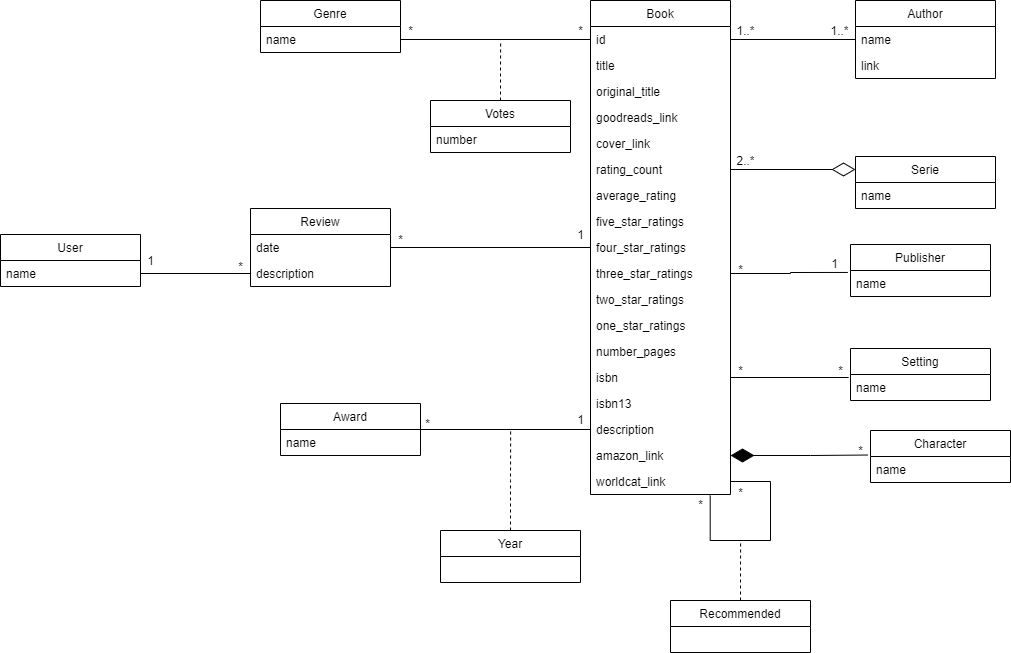
Earlier version of the draw.io export images/uml.png (diogohalmeida/FEUP-PRI-PROJ). Source tidied: cells renumbered, new cells last; positions are measured from the earlier drawing's top-left corner, leaving out a move shared by most shapes.
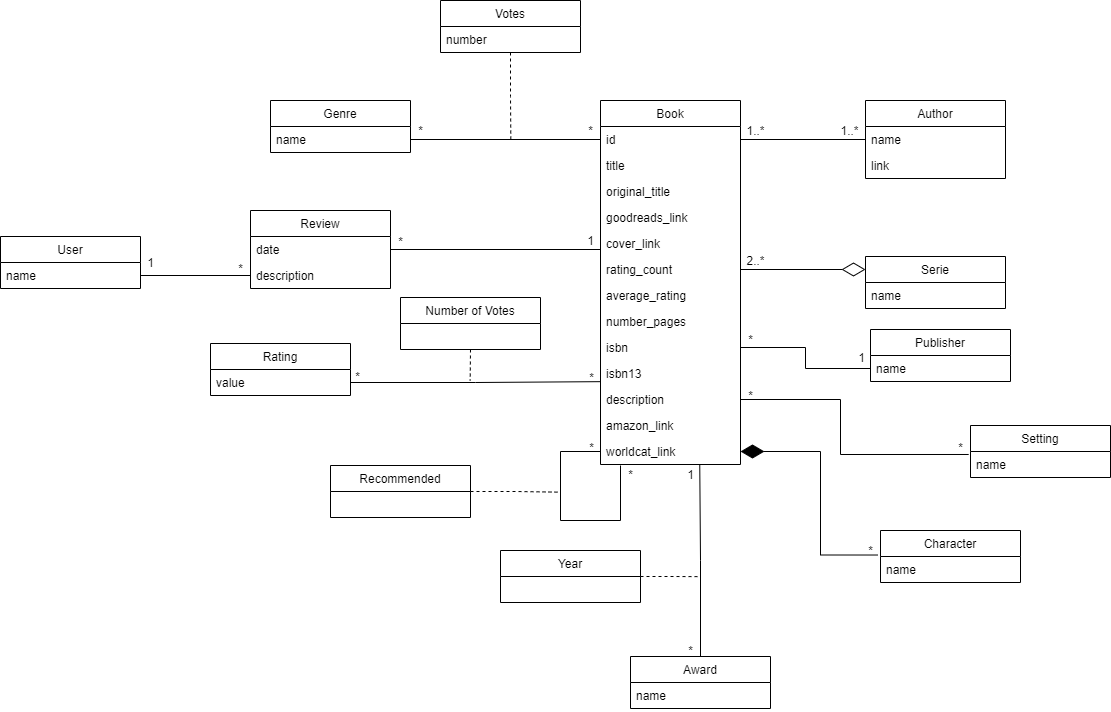
Above is the later version.

Change to the diagram source:
```diff
@@ -5,3 +5,3 @@
     <mxCell id="2" value="Book" style="swimlane;fontStyle=0;horizontal=1;startSize=26;fillColor=none;" parent="1" vertex="1">
-      <mxGeometry x="590" width="140" height="494" as="geometry" />
+      <mxGeometry x="590" width="140" height="364" as="geometry" />
     </mxCell>
@@ -28,41 +28,27 @@
     </mxCell>
-    <mxCell id="10" value="five_star_ratings" style="text;strokeColor=none;fillColor=none;align=left;verticalAlign=top;spacingLeft=4;spacingRight=4;overflow=hidden;" parent="2" vertex="1">
-      <mxGeometry y="208" width="140" height="26" as="geometry" />
-    </mxCell>
-    <mxCell id="11" value="four_star_ratings" style="text;strokeColor=none;fillColor=none;align=left;verticalAlign=top;spacingLeft=4;spacingRight=4;overflow=hidden;points=[[0,0.5],[1,0.5]];portConstraint=eastwest;" parent="2" vertex="1">
-      <mxGeometry y="234" width="140" height="26" as="geometry" />
-    </mxCell>
-    <mxCell id="12" value="three_star_ratings" style="text;strokeColor=none;fillColor=none;align=left;verticalAlign=top;spacingLeft=4;spacingRight=4;overflow=hidden;points=[[0,0.5],[1,0.5]];portConstraint=eastwest;" parent="2" vertex="1">
-      <mxGeometry y="260" width="140" height="26" as="geometry" />
-    </mxCell>
-    <mxCell id="13" value="two_star_ratings" style="text;strokeColor=none;fillColor=none;align=left;verticalAlign=top;spacingLeft=4;spacingRight=4;overflow=hidden;" parent="2" vertex="1">
-      <mxGeometry y="286" width="140" height="26" as="geometry" />
-    </mxCell>
-    <mxCell id="14" value="one_star_ratings" style="text;strokeColor=none;fillColor=none;align=left;verticalAlign=top;spacingLeft=4;spacingRight=4;overflow=hidden;" parent="2" vertex="1">
-      <mxGeometry y="312" width="140" height="26" as="geometry" />
-    </mxCell>
     <mxCell id="15" value="number_pages" style="text;strokeColor=none;fillColor=none;align=left;verticalAlign=top;spacingLeft=4;spacingRight=4;overflow=hidden;" parent="2" vertex="1">
-      <mxGeometry y="338" width="140" height="26" as="geometry" />
+      <mxGeometry y="208" width="140" height="26" as="geometry" />
     </mxCell>
     <mxCell id="16" value="isbn" style="text;strokeColor=none;fillColor=none;align=left;verticalAlign=top;spacingLeft=4;spacingRight=4;overflow=hidden;points=[[0,0.5],[1,0.5]];portConstraint=eastwest;" parent="2" vertex="1">
-      <mxGeometry y="364" width="140" height="26" as="geometry" />
+      <mxGeometry y="234" width="140" height="26" as="geometry" />
     </mxCell>
     <mxCell id="17" value="isbn13" style="text;strokeColor=none;fillColor=none;align=left;verticalAlign=top;spacingLeft=4;spacingRight=4;overflow=hidden;points=[[0,0.5],[1,0.5]];portConstraint=eastwest;" parent="2" vertex="1">
-      <mxGeometry y="390" width="140" height="26" as="geometry" />
+      <mxGeometry y="260" width="140" height="26" as="geometry" />
     </mxCell>
     <mxCell id="18" value="description" style="text;strokeColor=none;fillColor=none;align=left;verticalAlign=top;spacingLeft=4;spacingRight=4;overflow=hidden;points=[[0,0.5],[1,0.5]];portConstraint=eastwest;" parent="2" vertex="1">
-      <mxGeometry y="416" width="140" height="26" as="geometry" />
+      <mxGeometry y="286" width="140" height="26" as="geometry" />
     </mxCell>
     <mxCell id="19" value="amazon_link" style="text;strokeColor=none;fillColor=none;align=left;verticalAlign=top;spacingLeft=4;spacingRight=4;overflow=hidden;points=[[0,0.5],[1,0.5]];portConstraint=eastwest;" parent="2" vertex="1">
-      <mxGeometry y="442" width="140" height="26" as="geometry" />
+      <mxGeometry y="312" width="140" height="26" as="geometry" />
     </mxCell>
     <mxCell id="20" value="worldcat_link" style="text;strokeColor=none;fillColor=none;align=left;verticalAlign=top;spacingLeft=4;spacingRight=4;overflow=hidden;points=[[0,0.5],[1,0.5]];portConstraint=eastwest;" parent="2" vertex="1">
-      <mxGeometry y="468" width="140" height="26" as="geometry" />
+      <mxGeometry y="338" width="140" height="26" as="geometry" />
     </mxCell>
-    <mxCell id="21" style="edgeStyle=orthogonalEdgeStyle;rounded=0;orthogonalLoop=1;jettySize=auto;html=1;exitX=1;exitY=0.5;exitDx=0;exitDy=0;startArrow=none;startFill=0;endArrow=none;endFill=0;startSize=21;endSize=21;sourcePerimeterSpacing=0;targetPerimeterSpacing=0;entryX=0.855;entryY=1.042;entryDx=0;entryDy=0;entryPerimeter=0;" parent="2" edge="1" source="20" target="20">
+    <mxCell id="21" style="edgeStyle=orthogonalEdgeStyle;rounded=0;jettySize=auto;html=1;startArrow=none;startFill=0;endArrow=none;endFill=0;startSize=21;endSize=21;sourcePerimeterSpacing=0;targetPerimeterSpacing=0;exitX=0;exitY=0.5;exitDx=0;exitDy=0;" parent="2" edge="1" source="20">
       <mxGeometry relative="1" as="geometry">
+        <mxPoint x="20" y="365" as="targetPoint" />
         <Array as="points">
-          <mxPoint x="180" y="481" />
-          <mxPoint x="180" y="540" />
-          <mxPoint x="120" y="540" />
+          <mxPoint x="-40" y="351" />
+          <mxPoint x="-40" y="420" />
+          <mxPoint x="20" y="420" />
         </Array>
@@ -86,3 +72,3 @@
     <mxCell id="27" value="Publisher" style="swimlane;fontStyle=0;horizontal=1;startSize=26;fillColor=none;" parent="1" vertex="1">
-      <mxGeometry x="850" y="244" width="140" height="52" as="geometry" />
+      <mxGeometry x="860" y="229" width="140" height="52" as="geometry" />
     </mxCell>
@@ -92,3 +78,3 @@
     <mxCell id="29" value="Setting" style="swimlane;fontStyle=0;horizontal=1;startSize=26;fillColor=none;" parent="1" vertex="1">
-      <mxGeometry x="850" y="348" width="140" height="52" as="geometry" />
+      <mxGeometry x="960" y="325" width="140" height="52" as="geometry" />
     </mxCell>
@@ -103,7 +89,7 @@
     </mxCell>
-    <mxCell id="33" style="edgeStyle=orthogonalEdgeStyle;rounded=0;jettySize=auto;html=1;exitX=1;exitY=0.5;exitDx=0;exitDy=0;entryX=0;entryY=0.5;entryDx=0;entryDy=0;startArrow=none;startFill=0;endArrow=none;endFill=0;startSize=21;endSize=21;sourcePerimeterSpacing=0;targetPerimeterSpacing=0;" parent="1" edge="1" source="34" target="18">
-      <mxGeometry relative="1" as="geometry" />
-    </mxCell>
+    <mxCell id="76" style="edgeStyle=orthogonalEdgeStyle;rounded=0;jettySize=auto;html=1;exitX=0.5;exitY=0;exitDx=0;exitDy=0;entryX=0.709;entryY=1.027;entryDx=0;entryDy=0;entryPerimeter=0;endArrow=none;endFill=0;" parent="1" edge="1" source="34" target="20">
+      <mxGeometry relative="1" as="geometry" />
+    </mxCell>
     <mxCell id="34" value="Award" style="swimlane;fontStyle=0;horizontal=1;startSize=26;fillColor=none;" parent="1" vertex="1">
-      <mxGeometry x="280" y="403" width="140" height="52" as="geometry" />
+      <mxGeometry x="620" y="556" width="140" height="52" as="geometry" />
     </mxCell>
@@ -113,3 +99,3 @@
     <mxCell id="36" value="Review" style="swimlane;fontStyle=0;horizontal=1;startSize=26;fillColor=none;" parent="1" vertex="1">
-      <mxGeometry x="250" y="208" width="140" height="78" as="geometry" />
+      <mxGeometry x="240" y="110" width="140" height="78" as="geometry" />
     </mxCell>
@@ -122,3 +108,3 @@
     <mxCell id="39" value="User" style="swimlane;fontStyle=0;horizontal=1;startSize=26;fillColor=none;" parent="1" vertex="1">
-      <mxGeometry y="234" width="140" height="52" as="geometry" />
+      <mxGeometry x="-10" y="136" width="140" height="52" as="geometry" />
     </mxCell>
@@ -142,21 +128,20 @@
     </mxCell>
-    <mxCell id="46" style="edgeStyle=orthogonalEdgeStyle;rounded=0;jettySize=auto;html=1;exitX=1;exitY=0.5;exitDx=0;exitDy=0;entryX=-0.019;entryY=0.075;entryDx=0;entryDy=0;entryPerimeter=0;endArrow=none;endFill=0;endSize=21;" parent="1" edge="1" source="12" target="28">
-      <mxGeometry relative="1" as="geometry" />
-    </mxCell>
     <mxCell id="47" value="*" style="text;html=1;align=center;verticalAlign=middle;strokeColor=none;fillColor=none;" parent="1" vertex="1">
-      <mxGeometry x="730" y="259" width="20" height="20" as="geometry" />
+      <mxGeometry x="730" y="229" width="20" height="20" as="geometry" />
     </mxCell>
     <mxCell id="48" value="1" style="text;html=1;align=center;verticalAlign=middle;strokeColor=none;fillColor=none;" parent="1" vertex="1">
-      <mxGeometry x="824" y="253" width="20" height="20" as="geometry" />
+      <mxGeometry x="841" y="247" width="20" height="20" as="geometry" />
     </mxCell>
-    <mxCell id="49" style="edgeStyle=orthogonalEdgeStyle;rounded=0;jettySize=auto;html=1;exitX=1;exitY=0.5;exitDx=0;exitDy=0;entryX=-0.013;entryY=0.115;entryDx=0;entryDy=0;entryPerimeter=0;endArrow=none;endFill=0;endSize=21;" parent="1" edge="1" source="16" target="30">
-      <mxGeometry relative="1" as="geometry" />
+    <mxCell id="49" style="edgeStyle=orthogonalEdgeStyle;rounded=0;jettySize=auto;html=1;exitX=1;exitY=0.5;exitDx=0;exitDy=0;entryX=-0.013;entryY=0.115;entryDx=0;entryDy=0;entryPerimeter=0;endArrow=none;endFill=0;endSize=21;" parent="1" edge="1" source="18" target="30">
+      <mxGeometry relative="1" as="geometry">
+        <Array as="points">
+          <mxPoint x="830" y="299" />
+          <mxPoint x="830" y="354" />
+        </Array>
+      </mxGeometry>
     </mxCell>
     <mxCell id="50" value="*" style="text;html=1;align=center;verticalAlign=middle;strokeColor=none;fillColor=none;" parent="1" vertex="1">
-      <mxGeometry x="830" y="360" width="20" height="20" as="geometry" />
+      <mxGeometry x="940" y="337" width="20" height="20" as="geometry" />
     </mxCell>
-    <mxCell id="51" value="*" style="text;html=1;align=center;verticalAlign=middle;strokeColor=none;fillColor=none;" parent="1" vertex="1">
-      <mxGeometry x="730" y="360" width="20" height="20" as="geometry" />
-    </mxCell>
-    <mxCell id="52" style="edgeStyle=orthogonalEdgeStyle;rounded=0;jettySize=auto;html=1;exitX=1;exitY=0.5;exitDx=0;exitDy=0;entryX=-0.019;entryY=-0.057;entryDx=0;entryDy=0;entryPerimeter=0;endArrow=none;endFill=0;endSize=21;startArrow=diamondThin;startFill=1;sourcePerimeterSpacing=0;targetPerimeterSpacing=0;startSize=21;" parent="1" edge="1" source="19" target="32">
+    <mxCell id="52" style="edgeStyle=orthogonalEdgeStyle;rounded=0;jettySize=auto;html=1;exitX=1;exitY=0.5;exitDx=0;exitDy=0;entryX=-0.019;entryY=-0.057;entryDx=0;entryDy=0;entryPerimeter=0;endArrow=none;endFill=0;endSize=21;startArrow=diamondThin;startFill=1;sourcePerimeterSpacing=0;targetPerimeterSpacing=0;startSize=21;" parent="1" edge="1" source="20" target="32">
       <mxGeometry relative="1" as="geometry" />
@@ -167,23 +152,25 @@
     <mxCell id="54" value="*" style="text;html=1;align=center;verticalAlign=middle;strokeColor=none;fillColor=none;" parent="1" vertex="1">
-      <mxGeometry x="417" y="413" width="20" height="20" as="geometry" />
+      <mxGeometry x="670" y="540" width="20" height="20" as="geometry" />
     </mxCell>
     <mxCell id="55" value="1" style="text;html=1;align=center;verticalAlign=middle;strokeColor=none;fillColor=none;" parent="1" vertex="1">
-      <mxGeometry x="570" y="409" width="20" height="20" as="geometry" />
+      <mxGeometry x="670" y="364" width="20" height="20" as="geometry" />
     </mxCell>
-    <mxCell id="56" style="edgeStyle=orthogonalEdgeStyle;rounded=0;jettySize=auto;html=1;exitX=0.5;exitY=0;exitDx=0;exitDy=0;startArrow=none;startFill=0;endArrow=none;endFill=0;startSize=21;endSize=21;sourcePerimeterSpacing=0;targetPerimeterSpacing=0;dashed=1;" parent="1" edge="1" source="57">
-      <mxGeometry relative="1" as="geometry">
-        <mxPoint x="510.1" y="430" as="targetPoint" />
-      </mxGeometry>
-    </mxCell>
+    <mxCell id="77" style="edgeStyle=orthogonalEdgeStyle;rounded=0;jettySize=auto;html=1;exitX=1;exitY=0.5;exitDx=0;exitDy=0;endArrow=none;endFill=0;dashed=1;" parent="1" edge="1" source="57">
+      <mxGeometry relative="1" as="geometry">
+        <mxPoint x="690" y="476.1" as="targetPoint" />
+      </mxGeometry>
+    </mxCell>
     <mxCell id="57" value="Year" style="swimlane;fontStyle=0;horizontal=1;startSize=26;fillColor=none;" parent="1" vertex="1">
-      <mxGeometry x="440" y="530" width="140" height="52" as="geometry" />
+      <mxGeometry x="490" y="450" width="140" height="52" as="geometry" />
     </mxCell>
-    <mxCell id="58" style="edgeStyle=orthogonalEdgeStyle;rounded=0;jettySize=auto;html=1;exitX=1;exitY=0.5;exitDx=0;exitDy=0;entryX=0;entryY=0.5;entryDx=0;entryDy=0;startArrow=none;startFill=0;endArrow=none;endFill=0;startSize=21;endSize=21;sourcePerimeterSpacing=0;targetPerimeterSpacing=0;" parent="1" edge="1" source="37" target="11">
-      <mxGeometry relative="1" as="geometry" />
+    <mxCell id="58" style="edgeStyle=orthogonalEdgeStyle;rounded=0;jettySize=auto;html=1;exitX=1;exitY=0.5;exitDx=0;exitDy=0;entryX=0;entryY=0.5;entryDx=0;entryDy=0;startArrow=none;startFill=0;endArrow=none;endFill=0;startSize=21;endSize=21;sourcePerimeterSpacing=0;targetPerimeterSpacing=0;" parent="1" edge="1" source="37">
+      <mxGeometry relative="1" as="geometry">
+        <mxPoint x="590" y="221" as="targetPoint" />
+      </mxGeometry>
     </mxCell>
     <mxCell id="59" value="*" style="text;html=1;align=center;verticalAlign=middle;strokeColor=none;fillColor=none;" parent="1" vertex="1">
-      <mxGeometry x="390" y="229" width="20" height="20" as="geometry" />
+      <mxGeometry x="380" y="131" width="20" height="20" as="geometry" />
     </mxCell>
     <mxCell id="60" value="1" style="text;html=1;align=center;verticalAlign=middle;strokeColor=none;fillColor=none;" parent="1" vertex="1">
-      <mxGeometry x="570" y="224" width="20" height="20" as="geometry" />
+      <mxGeometry x="570" y="130" width="20" height="20" as="geometry" />
     </mxCell>
@@ -193,6 +180,6 @@
     <mxCell id="62" value="*" style="text;html=1;align=center;verticalAlign=middle;strokeColor=none;fillColor=none;" parent="1" vertex="1">
-      <mxGeometry x="230" y="256" width="20" height="20" as="geometry" />
+      <mxGeometry x="220" y="158" width="20" height="20" as="geometry" />
     </mxCell>
     <mxCell id="63" value="1" style="text;html=1;align=center;verticalAlign=middle;strokeColor=none;fillColor=none;" parent="1" vertex="1">
-      <mxGeometry x="140" y="250" width="20" height="20" as="geometry" />
+      <mxGeometry x="130" y="152" width="20" height="20" as="geometry" />
     </mxCell>
@@ -213,9 +200,9 @@
     </mxCell>
-    <mxCell id="69" style="edgeStyle=orthogonalEdgeStyle;rounded=0;jettySize=auto;html=1;exitX=0.5;exitY=0;exitDx=0;exitDy=0;startArrow=none;startFill=0;endArrow=none;endFill=0;startSize=21;endSize=21;sourcePerimeterSpacing=0;targetPerimeterSpacing=0;dashed=1;" parent="1" edge="1" source="70">
-      <mxGeometry relative="1" as="geometry">
-        <mxPoint x="500.1" y="40" as="targetPoint" />
-      </mxGeometry>
-    </mxCell>
+    <mxCell id="78" style="edgeStyle=orthogonalEdgeStyle;rounded=0;jettySize=auto;html=1;exitX=0.5;exitY=1;exitDx=0;exitDy=0;endArrow=none;endFill=0;dashed=1;" parent="1" edge="1" source="70">
+      <mxGeometry relative="1" as="geometry">
+        <mxPoint x="500.3" y="40" as="targetPoint" />
+      </mxGeometry>
+    </mxCell>
     <mxCell id="70" value="Votes" style="swimlane;fontStyle=0;horizontal=1;startSize=26;fillColor=none;" parent="1" vertex="1">
-      <mxGeometry x="430" y="100" width="140" height="52" as="geometry" />
+      <mxGeometry x="430" y="-100" width="140" height="52" as="geometry" />
     </mxCell>
@@ -225,15 +212,44 @@
     <mxCell id="72" value="*" style="text;html=1;align=center;verticalAlign=middle;strokeColor=none;fillColor=none;" parent="1" vertex="1">
-      <mxGeometry x="690" y="494" width="20" height="20" as="geometry" />
+      <mxGeometry x="571" y="337" width="20" height="20" as="geometry" />
     </mxCell>
     <mxCell id="73" value="*" style="text;html=1;align=center;verticalAlign=middle;strokeColor=none;fillColor=none;" parent="1" vertex="1">
-      <mxGeometry x="730" y="482" width="20" height="20" as="geometry" />
+      <mxGeometry x="610" y="364" width="20" height="20" as="geometry" />
     </mxCell>
-    <mxCell id="74" style="edgeStyle=orthogonalEdgeStyle;rounded=0;jettySize=auto;html=1;exitX=0.5;exitY=0;exitDx=0;exitDy=0;startArrow=none;startFill=0;endArrow=none;endFill=0;startSize=21;endSize=21;sourcePerimeterSpacing=0;targetPerimeterSpacing=0;dashed=1;" parent="1" edge="1" source="75">
-      <mxGeometry relative="1" as="geometry">
-        <mxPoint x="740.1" y="540" as="targetPoint" />
-      </mxGeometry>
-    </mxCell>
+    <mxCell id="79" style="edgeStyle=orthogonalEdgeStyle;rounded=0;jettySize=auto;html=1;exitX=1;exitY=0.5;exitDx=0;exitDy=0;dashed=1;endArrow=none;endFill=0;" parent="1" edge="1" source="75">
+      <mxGeometry relative="1" as="geometry">
+        <mxPoint x="550" y="391.7" as="targetPoint" />
+      </mxGeometry>
+    </mxCell>
     <mxCell id="75" value="Recommended" style="swimlane;fontStyle=0;horizontal=1;startSize=26;fillColor=none;" parent="1" vertex="1">
-      <mxGeometry x="670" y="600" width="140" height="52" as="geometry" />
+      <mxGeometry x="320" y="365" width="140" height="52" as="geometry" />
     </mxCell>
+    <mxCell id="80" value="Rating" style="swimlane;fontStyle=0;horizontal=1;startSize=26;fillColor=none;" parent="1" vertex="1">
+      <mxGeometry x="200" y="243" width="140" height="52" as="geometry" />
+    </mxCell>
+    <mxCell id="81" value="value" style="text;strokeColor=none;fillColor=none;align=left;verticalAlign=top;spacingLeft=4;spacingRight=4;overflow=hidden;points=[[0,0.5],[1,0.5]];portConstraint=eastwest;" parent="80" vertex="1">
+      <mxGeometry y="26" width="140" height="26" as="geometry" />
+    </mxCell>
+    <mxCell id="82" value="*" style="text;html=1;align=center;verticalAlign=middle;strokeColor=none;fillColor=none;" parent="1" vertex="1">
+      <mxGeometry x="730" y="285" width="20" height="20" as="geometry" />
+    </mxCell>
+    <mxCell id="83" style="edgeStyle=orthogonalEdgeStyle;rounded=0;jettySize=auto;html=1;exitX=0;exitY=0.5;exitDx=0;exitDy=0;entryX=1;entryY=0.5;entryDx=0;entryDy=0;endArrow=none;endFill=0;" parent="1" edge="1" source="28" target="16">
+      <mxGeometry relative="1" as="geometry" />
+    </mxCell>
+    <mxCell id="84" style="edgeStyle=orthogonalEdgeStyle;rounded=0;jettySize=auto;html=1;exitX=1;exitY=0.5;exitDx=0;exitDy=0;entryX=0.002;entryY=0.814;entryDx=0;entryDy=0;endArrow=none;endFill=0;entryPerimeter=0;" parent="1" edge="1" source="81" target="17">
+      <mxGeometry relative="1" as="geometry" />
+    </mxCell>
+    <mxCell id="85" value="*" style="text;html=1;align=center;verticalAlign=middle;strokeColor=none;fillColor=none;" parent="1" vertex="1">
+      <mxGeometry x="571" y="267" width="20" height="20" as="geometry" />
+    </mxCell>
+    <mxCell id="86" value="*" style="text;html=1;align=center;verticalAlign=middle;strokeColor=none;fillColor=none;" parent="1" vertex="1">
+      <mxGeometry x="337" y="266" width="20" height="20" as="geometry" />
+    </mxCell>
+    <mxCell id="87" style="edgeStyle=orthogonalEdgeStyle;rounded=0;jettySize=auto;html=1;exitX=0.5;exitY=1;exitDx=0;exitDy=0;dashed=1;endArrow=none;endFill=0;" parent="1" edge="1" source="88">
+      <mxGeometry relative="1" as="geometry">
+        <mxPoint x="459.7" y="280" as="targetPoint" />
+      </mxGeometry>
+    </mxCell>
+    <mxCell id="88" value="Number of Votes" style="swimlane;fontStyle=0;horizontal=1;startSize=26;fillColor=none;" parent="1" vertex="1">
+      <mxGeometry x="390" y="197" width="140" height="52" as="geometry" />
+    </mxCell>
   </root>
```
